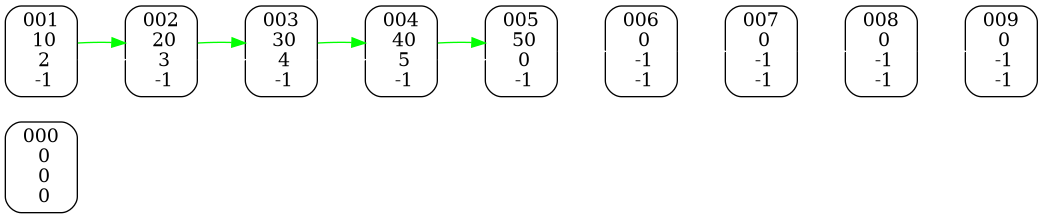
Above: DumpGraph.png in RTCupid/List (Graphviz), before the change. Its source is kept beside it as DumpGraph.dot.
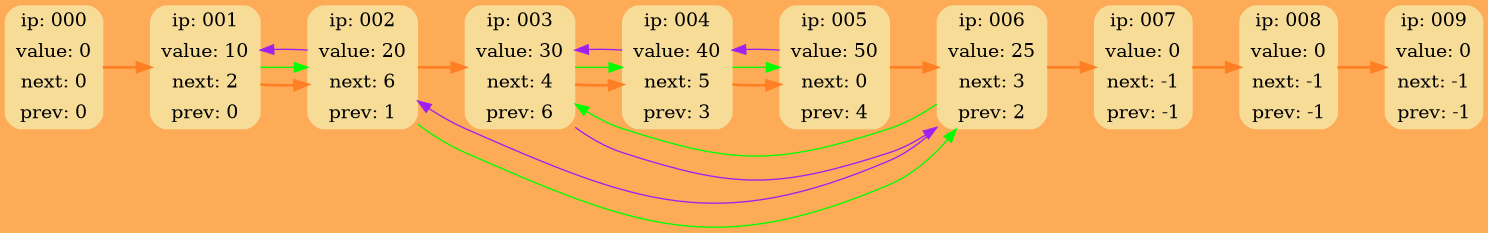
After the change.

Change to the diagram source:
```diff
@@ -1,28 +1,36 @@
 digraph G {
-	 rankdir = LR;
-	node000 [shape = Mrecord; label = "{000\n  0\n  0\n  0}" ];
-	node001 [shape = Mrecord; label = "{001\n 10\n  2\n -1}" ];
-	node002 [shape = Mrecord; label = "{002\n 20\n  3\n -1}" ];
-	node003 [shape = Mrecord; label = "{003\n 30\n  4\n -1}" ];
-	node004 [shape = Mrecord; label = "{004\n 40\n  5\n -1}" ];
-	node005 [shape = Mrecord; label = "{005\n 50\n  0\n -1}" ];
-	node006 [shape = Mrecord; label = "{006\n  0\n -1\n -1}" ];
-	node007 [shape = Mrecord; label = "{007\n  0\n -1\n -1}" ];
-	node008 [shape = Mrecord; label = "{008\n  0\n -1\n -1}" ];
-	node009 [shape = Mrecord; label = "{009\n  0\n -1\n -1}" ];
+	rankdir = LR;
+	bgcolor="#FDAB57"
+	node000 [shape=Mrecord; style=filled; color="#F7DC98"; label = " { ip: 000} | {value:   0} | {next:   0} | {prev:   0} " ];
+	node001 [shape=Mrecord; style=filled; color="#F7DC98"; label = " { ip: 001} | {value:  10} | {next:   2} | {prev:   0} " ];
+	node002 [shape=Mrecord; style=filled; color="#F7DC98"; label = " { ip: 002} | {value:  20} | {next:   6} | {prev:   1} " ];
+	node003 [shape=Mrecord; style=filled; color="#F7DC98"; label = " { ip: 003} | {value:  30} | {next:   4} | {prev:   6} " ];
+	node004 [shape=Mrecord; style=filled; color="#F7DC98"; label = " { ip: 004} | {value:  40} | {next:   5} | {prev:   3} " ];
+	node005 [shape=Mrecord; style=filled; color="#F7DC98"; label = " { ip: 005} | {value:  50} | {next:   0} | {prev:   4} " ];
+	node006 [shape=Mrecord; style=filled; color="#F7DC98"; label = " { ip: 006} | {value:  25} | {next:   3} | {prev:   2} " ];
+	node007 [shape=Mrecord; style=filled; color="#F7DC98"; label = " { ip: 007} | {value:   0} | {next:  -1} | {prev:  -1} " ];
+	node008 [shape=Mrecord; style=filled; color="#F7DC98"; label = " { ip: 008} | {value:   0} | {next:  -1} | {prev:  -1} " ];
+	node009 [shape=Mrecord; style=filled; color="#F7DC98"; label = " { ip: 009} | {value:   0} | {next:  -1} | {prev:  -1} " ];
 
-	node001 -> node002 [weight=1000; color=white; ];
-	node002 -> node003 [weight=1000; color=white; ];
-	node003 -> node004 [weight=1000; color=white; ];
-	node004 -> node005 [weight=1000; color=white; ];
-	node005 -> node006 [weight=1000; color=white; ];
-	node006 -> node007 [weight=1000; color=white; ];
-	node007 -> node008 [weight=1000; color=white; ];
-	node008 -> node009 [weight=1000; color=white; ];
+	node000 -> node001 [style=bold; weight=1000; color=chocolate1; ];
+	node001 -> node002 [style=bold; weight=1000; color=chocolate1; ];
+	node002 -> node003 [style=bold; weight=1000; color=chocolate1; ];
+	node003 -> node004 [style=bold; weight=1000; color=chocolate1; ];
+	node004 -> node005 [style=bold; weight=1000; color=chocolate1; ];
+	node005 -> node006 [style=bold; weight=1000; color=chocolate1; ];
+	node006 -> node007 [style=bold; weight=1000; color=chocolate1; ];
+	node007 -> node008 [style=bold; weight=1000; color=chocolate1; ];
+	node008 -> node009 [style=bold; weight=1000; color=chocolate1; ];
 
-	node001 -> node002 [ color=green; ];
-	node002 -> node003 [ color=green; ];
-	node003 -> node004 [ color=green; ];
-	node004 -> node005 [ color=green; ];
+	node001 -> node002 [color=green; constraint=false; ];
+	node002 -> node006 [color=green; constraint=false; ];
+	node003 -> node004 [color=green; constraint=false; ];
+	node004 -> node005 [color=green; constraint=false; ];
+	node006 -> node003 [color=green; constraint=false; ];
 
+	node006 -> node002 [color=purple; constraint=false; ];
+	node005 -> node004 [color=purple; constraint=false; ];
+	node004 -> node003 [color=purple; constraint=false; ];
+	node003 -> node006 [color=purple; constraint=false; ];
+	node002 -> node001 [color=purple; constraint=false; ];
 }
```
